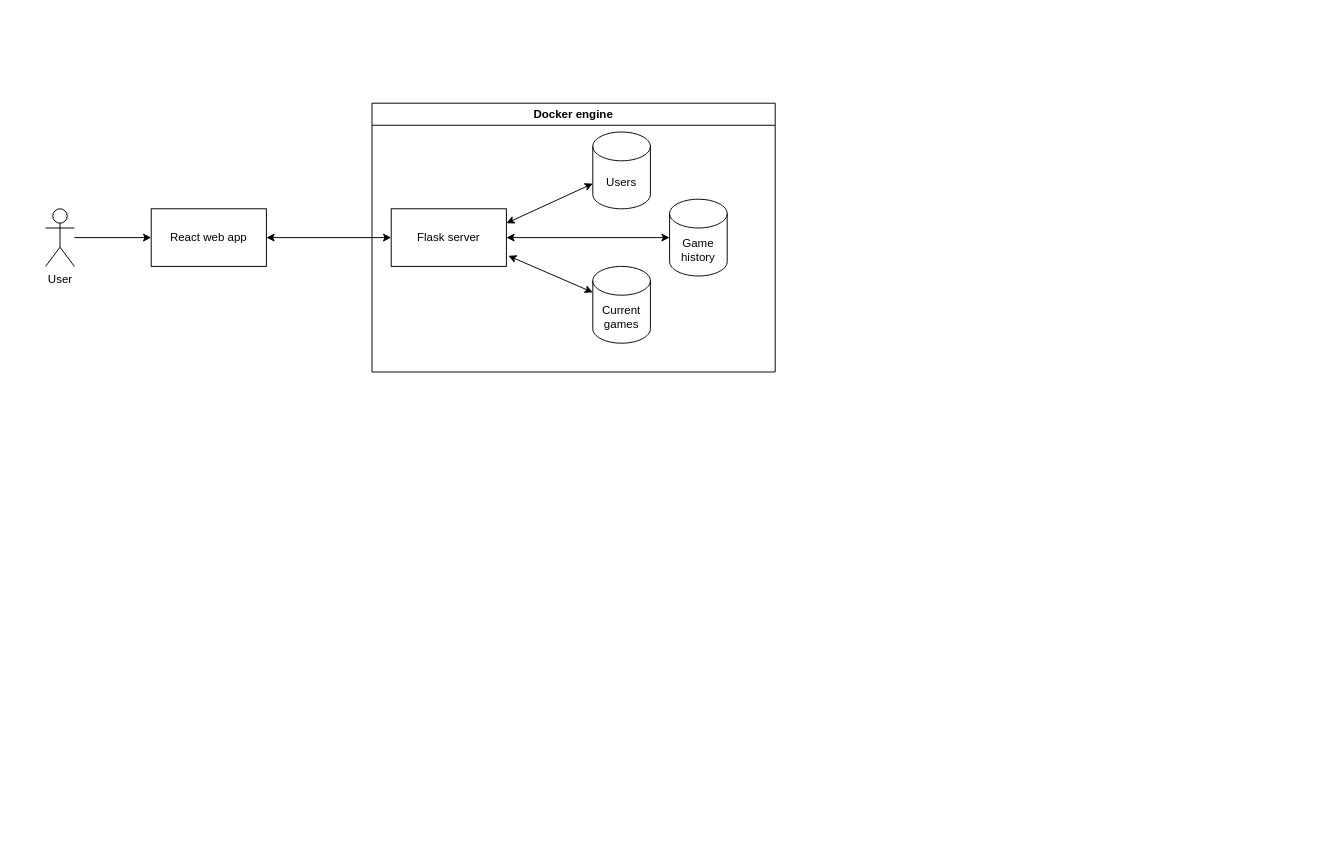
This is rough_structure_diagram.drawio from Boomexs/Chinese_checkers_webapp, a draw.io file, before an edit. Source tidied: cells renumbered, new cells numbered last; positions are measured from the earlier drawing's top-left corner, leaving out a move shared by most shapes. Both pictures are drawn from the tidied source at 96%, with x=0, y=0 at pixel (45, 103).
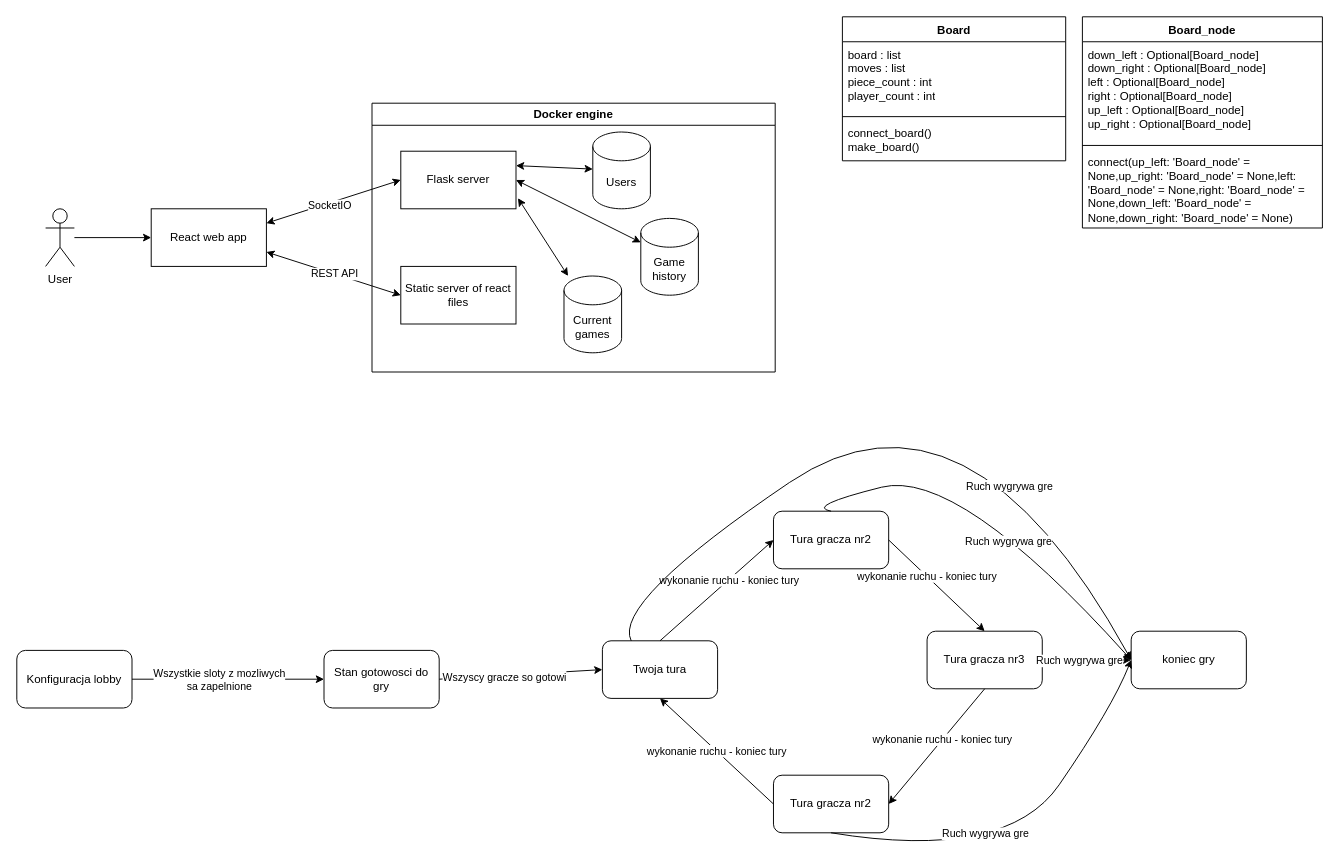
Above is the later version.

Unchanged cells that the change refers to:
```xml
<mxCell id="3" value="React web app" style="rounded=0;whiteSpace=wrap;html=1;" parent="1" vertex="1">
  <mxGeometry x="110" y="110" width="120" height="60" as="geometry" />
</mxCell>
<mxCell id="5" value="&lt;div&gt;Docker engine&lt;br&gt;&lt;/div&gt;" style="swimlane;whiteSpace=wrap;html=1;" parent="1" vertex="1">
  <mxGeometry x="340" width="420" height="280" as="geometry" />
</mxCell>
```

The edit, as a diff of the source:
```diff
@@
     <mxCell id="6" value="&lt;div&gt;Flask server&lt;/div&gt;" style="rounded=0;whiteSpace=wrap;html=1;" parent="5" vertex="1">
-      <mxGeometry x="20" y="110" width="120" height="60" as="geometry" />
+      <mxGeometry x="30" y="50" width="120" height="60" as="geometry" />
     </mxCell>
@@
     <mxCell id="8" value="Game history" style="shape=cylinder3;whiteSpace=wrap;html=1;boundedLbl=1;backgroundOutline=1;size=15;" parent="5" vertex="1">
-      <mxGeometry x="310" y="100" width="60" height="80" as="geometry" />
+      <mxGeometry x="280" y="120" width="60" height="80" as="geometry" />
     </mxCell>
     <mxCell id="9" value="Current games" style="shape=cylinder3;whiteSpace=wrap;html=1;boundedLbl=1;backgroundOutline=1;size=15;" parent="5" vertex="1">
-      <mxGeometry x="230" y="170" width="60" height="80" as="geometry" />
+      <mxGeometry x="200" y="180" width="60" height="80" as="geometry" />
     </mxCell>
@@
+    <mxCell id="14" value="&lt;div&gt;Static server of react files&lt;/div&gt;" style="rounded=0;whiteSpace=wrap;html=1;" parent="5" vertex="1">
+      <mxGeometry x="30" y="170" width="120" height="60" as="geometry" />
+    </mxCell>
-    <mxCell id="13" style="endArrow=classic;startArrow=classic;html=1;rounded=0;exitX=1;exitY=0.5;exitDx=0;exitDy=0;entryX=0;entryY=0.5;entryDx=0;entryDy=0;" parent="1" edge="1" source="3" target="6">
+    <mxCell id="13" style="endArrow=classic;startArrow=classic;html=1;rounded=0;exitX=1;exitY=0.25;exitDx=0;exitDy=0;entryX=0;entryY=0.5;entryDx=0;entryDy=0;" parent="1" edge="1" source="3" target="6">
       <mxGeometry relative="1" as="geometry" />
     </mxCell>
+    <mxCell id="15" value="&lt;div&gt;SocketIO&lt;/div&gt;" style="edgeLabel;html=1;align=center;verticalAlign=middle;" parent="13" vertex="1">
+      <mxGeometry x="-0.07" y="-2" relative="1" as="geometry" />
+    </mxCell>
+    <mxCell id="16" value="Konfiguracja lobby" style="rounded=1;whiteSpace=wrap;html=1;" parent="1" vertex="1">
+      <mxGeometry x="-30" y="570" width="120" height="60" as="geometry" />
+    </mxCell>
+    <mxCell id="17" value="Stan gotowosci do gry" style="rounded=1;whiteSpace=wrap;html=1;" parent="1" vertex="1">
+      <mxGeometry x="290" y="570" width="120" height="60" as="geometry" />
+    </mxCell>
+    <mxCell id="18" value="Twoja tura" style="rounded=1;whiteSpace=wrap;html=1;" parent="1" vertex="1">
+      <mxGeometry x="580" y="560" width="120" height="60" as="geometry" />
+    </mxCell>
+    <mxCell id="19" value="&lt;div&gt;koniec gry&lt;/div&gt;" style="rounded=1;whiteSpace=wrap;html=1;" parent="1" vertex="1">
+      <mxGeometry x="1130.8" y="550" width="120" height="60" as="geometry" />
+    </mxCell>
+    <mxCell id="20" style="endArrow=classic;html=1;rounded=0;exitX=1;exitY=0.5;exitDx=0;exitDy=0;entryX=0;entryY=0.5;entryDx=0;entryDy=0;" parent="1" edge="1" source="16" target="17">
+      <mxGeometry relative="1" as="geometry" />
+    </mxCell>
+    <mxCell id="21" value="Wszystkie sloty z mozliwych&lt;br&gt;sa zapelnione" style="edgeLabel;html=1;align=center;verticalAlign=middle;" parent="20" vertex="1">
+      <mxGeometry x="-0.3" relative="1" as="geometry">
+        <mxPoint x="20" as="offset" />
+      </mxGeometry>
+    </mxCell>
+    <mxCell id="22" style="endArrow=classic;html=1;rounded=0;exitX=1;exitY=0.5;exitDx=0;exitDy=0;entryX=0;entryY=0.5;entryDx=0;entryDy=0;" parent="1" edge="1" source="17" target="18">
+      <mxGeometry relative="1" as="geometry" />
+    </mxCell>
+    <mxCell id="23" value="Wszyscy gracze so gotowi" style="edgeLabel;html=1;align=center;verticalAlign=middle;" parent="22" vertex="1">
+      <mxGeometry x="-0.2" y="-1" relative="1" as="geometry" />
+    </mxCell>
+    <mxCell id="24" value="Tura gracza nr2" style="rounded=1;whiteSpace=wrap;html=1;" parent="1" vertex="1">
+      <mxGeometry x="758.2" y="425" width="120" height="60" as="geometry" />
+    </mxCell>
+    <mxCell id="25" value="Tura gracza nr2" style="rounded=1;whiteSpace=wrap;html=1;" parent="1" vertex="1">
+      <mxGeometry x="758.2" y="700" width="120" height="60" as="geometry" />
+    </mxCell>
+    <mxCell id="26" value="Tura gracza nr3" style="rounded=1;whiteSpace=wrap;html=1;" parent="1" vertex="1">
+      <mxGeometry x="918.2" y="550" width="120" height="60" as="geometry" />
+    </mxCell>
+    <mxCell id="27" style="endArrow=classic;html=1;rounded=0;exitX=0.5;exitY=0;exitDx=0;exitDy=0;entryX=0;entryY=0.5;entryDx=0;entryDy=0;" parent="1" edge="1" source="18" target="24">
+      <mxGeometry relative="1" as="geometry" />
+    </mxCell>
+    <mxCell id="28" value="wykonanie ruchu - koniec tury" style="edgeLabel;html=1;align=center;verticalAlign=middle;" parent="27" vertex="1">
+      <mxGeometry x="0.21" relative="1" as="geometry" />
+    </mxCell>
+    <mxCell id="29" style="endArrow=classic;html=1;rounded=0;entryX=0.5;entryY=0;entryDx=0;entryDy=0;exitX=1;exitY=0.5;exitDx=0;exitDy=0;" parent="1" edge="1" source="24" target="26">
+      <mxGeometry relative="1" as="geometry" />
+    </mxCell>
+    <mxCell id="30" value="wykonanie ruchu - koniec tury" style="edgeLabel;html=1;align=center;verticalAlign=middle;" parent="29" vertex="1">
+      <mxGeometry x="-0.21" relative="1" as="geometry" />
+    </mxCell>
+    <mxCell id="31" style="endArrow=classic;html=1;rounded=0;exitX=0.5;exitY=1;exitDx=0;exitDy=0;entryX=1;entryY=0.5;entryDx=0;entryDy=0;" parent="1" edge="1" source="26" target="25">
+      <mxGeometry relative="1" as="geometry" />
+    </mxCell>
+    <mxCell id="32" value="wykonanie ruchu - koniec tury" style="edgeLabel;html=1;align=center;verticalAlign=middle;" parent="31" vertex="1">
+      <mxGeometry x="-0.12" y="-1" relative="1" as="geometry" />
+    </mxCell>
+    <mxCell id="33" style="endArrow=classic;html=1;rounded=0;entryX=0.5;entryY=1;entryDx=0;entryDy=0;exitX=0;exitY=0.5;exitDx=0;exitDy=0;" parent="1" edge="1" source="25" target="18">
+      <mxGeometry relative="1" as="geometry" />
+    </mxCell>
+    <mxCell id="34" value="wykonanie ruchu - koniec tury" style="edgeLabel;html=1;align=center;verticalAlign=middle;" parent="33" vertex="1">
+      <mxGeometry relative="1" as="geometry" />
+    </mxCell>
+    <mxCell id="35" style="curved=1;endArrow=classic;html=1;rounded=0;exitX=0.25;exitY=0;exitDx=0;exitDy=0;entryX=0;entryY=0.5;entryDx=0;entryDy=0;" parent="1" edge="1" source="18" target="19">
+      <mxGeometry relative="1" as="geometry">
+        <Array as="points">
+          <mxPoint x="590" y="520" />
+          <mxPoint x="960" y="270" />
+        </Array>
+      </mxGeometry>
+    </mxCell>
+    <mxCell id="36" value="Ruch wygrywa gre" style="edgeLabel;html=1;align=center;verticalAlign=middle;" parent="35" vertex="1">
+      <mxGeometry x="0.48" y="-24" relative="1" as="geometry" />
+    </mxCell>
+    <mxCell id="37" style="curved=1;endArrow=classic;html=1;rounded=0;exitX=0.5;exitY=0;exitDx=0;exitDy=0;entryX=0;entryY=0.5;entryDx=0;entryDy=0;" parent="1" edge="1" source="24" target="19">
+      <mxGeometry relative="1" as="geometry">
+        <Array as="points">
+          <mxPoint x="790.8" y="420" />
+          <mxPoint x="950.8" y="380" />
+        </Array>
+      </mxGeometry>
+    </mxCell>
+    <mxCell id="38" value="Ruch wygrywa gre" style="edgeLabel;html=1;align=center;verticalAlign=middle;" parent="37" vertex="1">
+      <mxGeometry x="0.23" y="-13" relative="1" as="geometry" />
+    </mxCell>
+    <mxCell id="39" style="curved=1;endArrow=classic;html=1;rounded=0;exitX=0.5;exitY=1;exitDx=0;exitDy=0;entryX=0;entryY=0.5;entryDx=0;entryDy=0;" parent="1" edge="1" source="25" target="19">
+      <mxGeometry relative="1" as="geometry">
+        <Array as="points">
+          <mxPoint x="1000.8" y="790" />
+          <mxPoint x="1110.8" y="630" />
+        </Array>
+      </mxGeometry>
+    </mxCell>
+    <mxCell id="40" value="Ruch wygrywa gre" style="edgeLabel;html=1;align=center;verticalAlign=middle;" parent="39" vertex="1">
+      <mxGeometry x="-0.27" y="25" relative="1" as="geometry" />
+    </mxCell>
+    <mxCell id="41" style="endArrow=classic;html=1;rounded=0;entryX=0;entryY=0.5;entryDx=0;entryDy=0;exitX=1;exitY=0.5;exitDx=0;exitDy=0;" parent="1" edge="1" source="26" target="19">
+      <mxGeometry relative="1" as="geometry" />
+    </mxCell>
+    <mxCell id="42" value="Ruch wygrywa gre" style="edgeLabel;html=1;align=center;verticalAlign=middle;" parent="41" vertex="1">
+      <mxGeometry x="-0.19" relative="1" as="geometry" />
+    </mxCell>
+    <mxCell id="43" value="Board" style="swimlane;fontStyle=1;align=center;verticalAlign=top;horizontal=1;startSize=26;whiteSpace=wrap;html=1;" parent="1" vertex="1">
+      <mxGeometry x="830" y="-90" width="232.6" height="150" as="geometry" />
+    </mxCell>
+    <mxCell id="44" value="board : list&lt;br&gt;&lt;div&gt;moves : list&lt;/div&gt;&lt;div&gt;piece_count : int&lt;/div&gt;&lt;div&gt;player_count : int&lt;br&gt;&lt;/div&gt;" style="text;strokeColor=none;fillColor=none;align=left;verticalAlign=top;spacingLeft=4;spacingRight=4;overflow=hidden;whiteSpace=wrap;html=1;" parent="43" vertex="1">
+      <mxGeometry y="26" width="232.6" height="74" as="geometry" />
+    </mxCell>
+    <mxCell id="45" style="line;strokeWidth=1;fillColor=none;align=left;verticalAlign=middle;spacingTop=-1;spacingLeft=3;spacingRight=3;labelPosition=right;strokeColor=inherit;" parent="43" vertex="1">
+      <mxGeometry y="100" width="232.6" height="8" as="geometry" />
+    </mxCell>
+    <mxCell id="46" value="connect_board()&lt;br&gt;make_board()" style="text;strokeColor=none;fillColor=none;align=left;verticalAlign=top;spacingLeft=4;spacingRight=4;overflow=hidden;whiteSpace=wrap;html=1;" parent="43" vertex="1">
+      <mxGeometry y="108" width="232.6" height="42" as="geometry" />
+    </mxCell>
+    <mxCell id="47" value="Board_node" style="swimlane;fontStyle=1;align=center;verticalAlign=top;horizontal=1;startSize=26;whiteSpace=wrap;html=1;" parent="1" vertex="1">
+      <mxGeometry x="1080" y="-90" width="250" height="220" as="geometry" />
+    </mxCell>
+    <mxCell id="48" value="&lt;div&gt;down_left : Optional[Board_node]&lt;/div&gt;&lt;div&gt;down_right : Optional[Board_node]&lt;/div&gt;&lt;div&gt;left : Optional[Board_node]&lt;/div&gt;&lt;div&gt;right : Optional[Board_node]&lt;/div&gt;&lt;div&gt;up_left : Optional[Board_node]&lt;/div&gt;&lt;div&gt;up_right : Optional[Board_node]&lt;/div&gt;" style="text;strokeColor=none;fillColor=none;align=left;verticalAlign=top;spacingLeft=4;spacingRight=4;overflow=hidden;whiteSpace=wrap;html=1;" parent="47" vertex="1">
+      <mxGeometry y="26" width="250" height="104" as="geometry" />
+    </mxCell>
+    <mxCell id="49" style="line;strokeWidth=1;fillColor=none;align=left;verticalAlign=middle;spacingTop=-1;spacingLeft=3;spacingRight=3;labelPosition=right;strokeColor=inherit;" parent="47" vertex="1">
+      <mxGeometry y="130" width="250" height="8" as="geometry" />
+    </mxCell>
+    <mxCell id="50" value="connect(up_left: 'Board_node' = None,up_right: 'Board_node' = None,left: 'Board_node' = None,right: 'Board_node' = None,down_left: 'Board_node' = None,down_right: 'Board_node' = None)" style="text;strokeColor=none;fillColor=none;align=left;verticalAlign=top;spacingLeft=4;spacingRight=4;overflow=hidden;whiteSpace=wrap;html=1;" parent="47" vertex="1">
+      <mxGeometry y="138" width="250" height="82" as="geometry" />
+    </mxCell>
+    <mxCell id="51" style="endArrow=classic;startArrow=classic;html=1;rounded=0;exitX=1;exitY=0.75;exitDx=0;exitDy=0;entryX=0;entryY=0.5;entryDx=0;entryDy=0;" parent="1" edge="1" source="3" target="14">
+      <mxGeometry relative="1" as="geometry" />
+    </mxCell>
+    <mxCell id="52" value="REST API" style="edgeLabel;html=1;align=center;verticalAlign=middle;" parent="51" vertex="1">
+      <mxGeometry relative="1" as="geometry" />
+    </mxCell>
```
